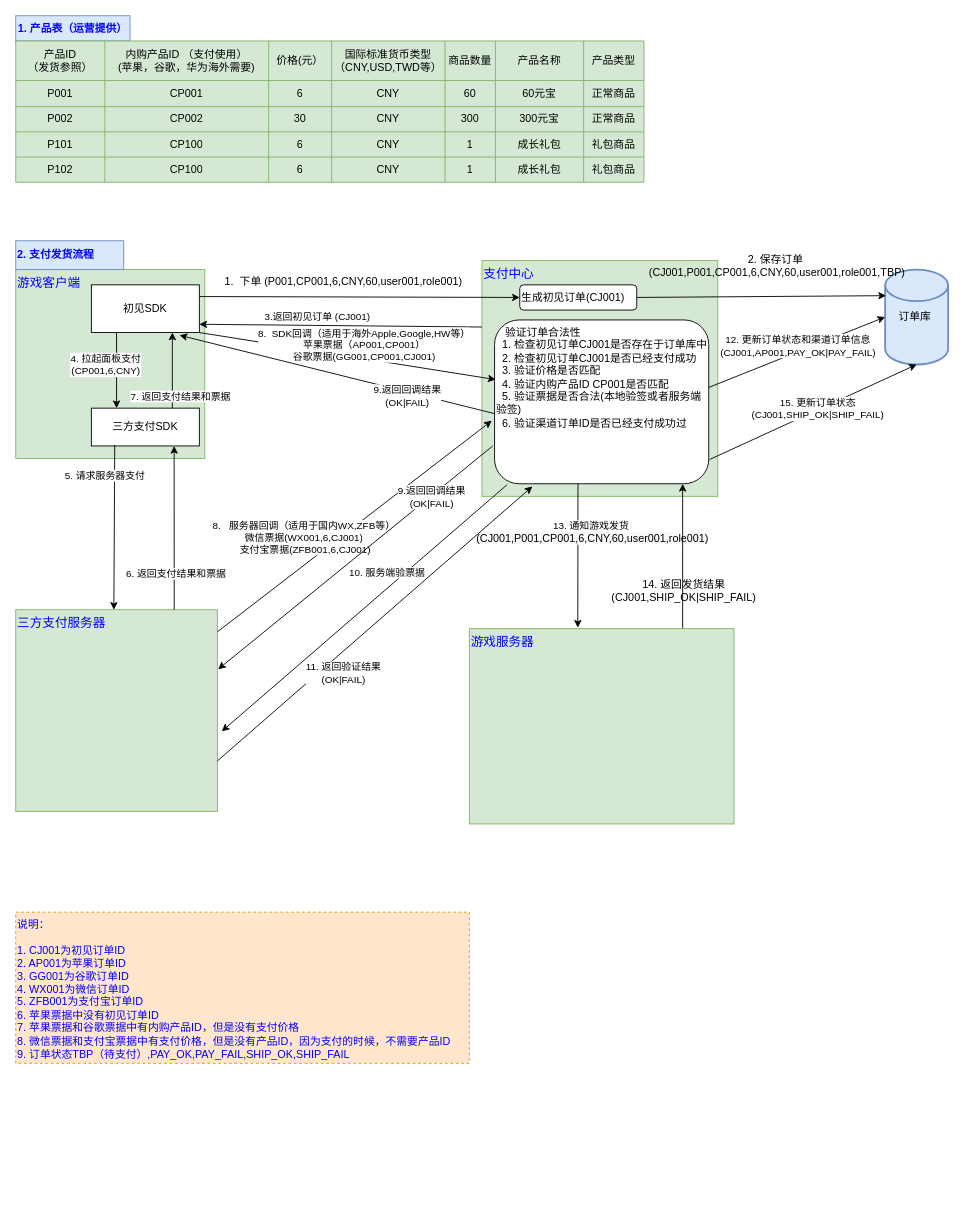
Before: irder.drawio in pangqiren/diagram, a draw.io diagram. Source tidied: cells renumbered, new cells numbered last; positions are measured from the earlier drawing's top-left corner, leaving out a move shared by most shapes. Both pictures are drawn from the tidied source at 90%, with x=0, y=0 at pixel (15, 15).
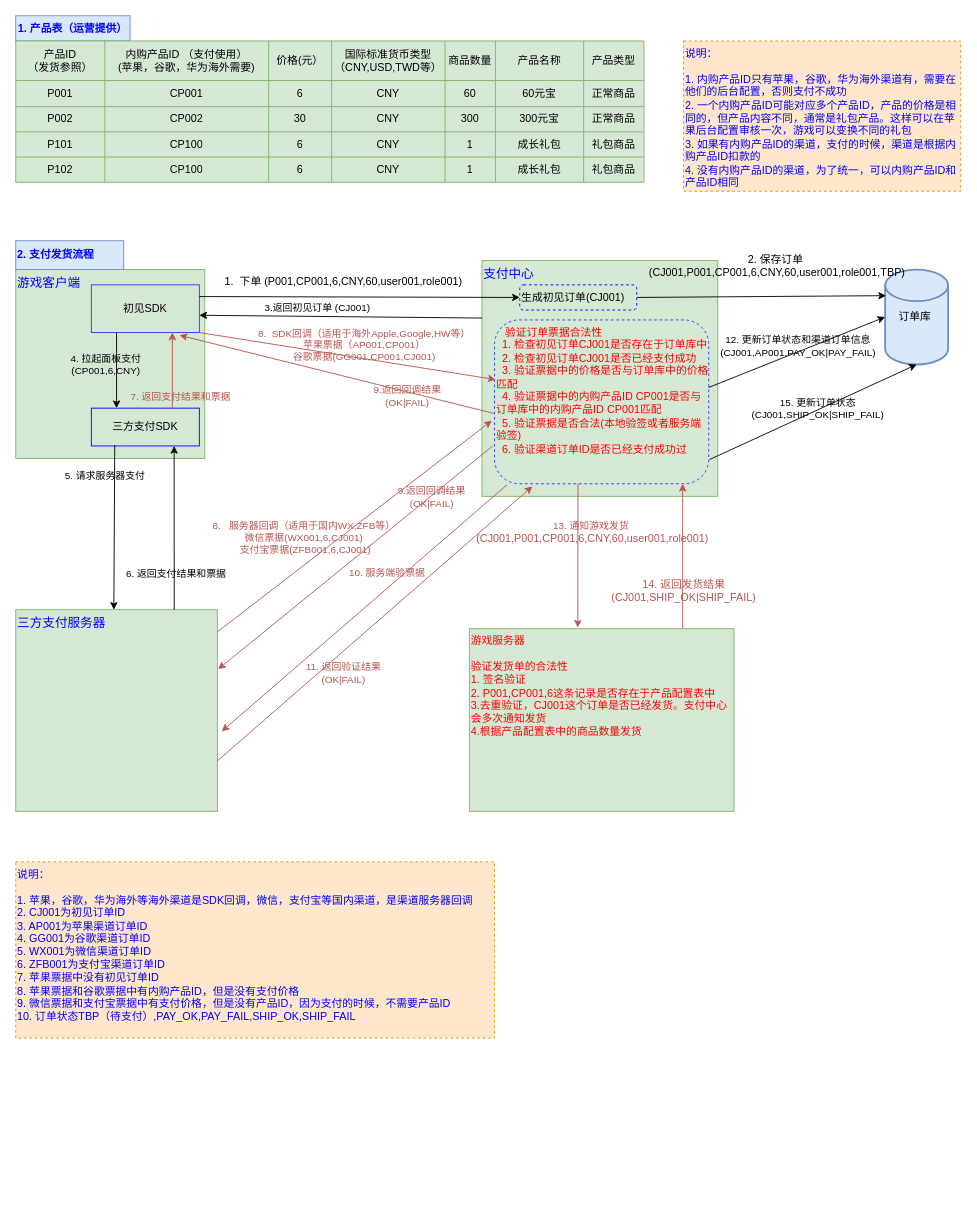
The same page after the edit.

Unchanged cells that the change refers to:
```xml
<mxCell id="6" value="&lt;font style=&quot;font-size: 14px&quot; color=&quot;#0000ff&quot;&gt;支付中心&lt;/font&gt;" style="whiteSpace=wrap;html=1;align=left;verticalAlign=top;fillColor=#d5e8d4;strokeColor=#82b366;" parent="1" vertex="1">
  <mxGeometry x="518" y="272" width="262" height="262" as="geometry" />
</mxCell>
<mxCell id="48" value="&lt;font style=&quot;font-size: 14px&quot; color=&quot;#0000ff&quot;&gt;三方支付服务器&lt;/font&gt;" style="whiteSpace=wrap;html=1;align=left;verticalAlign=top;fillColor=#d5e8d4;strokeColor=#82b366;" parent="1" vertex="1">
  <mxGeometry y="660" width="224" height="224" as="geometry" />
</mxCell>
<mxCell id="56" style="endArrow=classic;html=1;exitX=0.5;exitY=1;exitDx=0;exitDy=0;" parent="1" edge="1">
  <mxGeometry relative="1" as="geometry">
    <mxPoint x="112" y="352" as="sourcePoint" />
    <mxPoint x="112" y="436" as="targetPoint" />
  </mxGeometry>
</mxCell>
<mxCell id="60" style="endArrow=classic;html=1;exitX=0.167;exitY=0.976;exitDx=0;exitDy=0;exitPerimeter=0;" parent="1" edge="1">
  <mxGeometry relative="1" as="geometry">
    <mxPoint x="110" y="477" as="sourcePoint" />
    <mxPoint x="109" y="660" as="targetPoint" />
  </mxGeometry>
</mxCell>
<mxCell id="70" style="endArrow=classic;html=1;entryX=0;entryY=0.5;entryDx=0;entryDy=0;entryPerimeter=0;" parent="1" edge="1" target="49">
  <mxGeometry relative="1" as="geometry">
    <mxPoint x="770" y="413" as="sourcePoint" />
  </mxGeometry>
</mxCell>
<mxCell id="76" style="endArrow=classic;html=1;exitX=1.004;exitY=0.852;exitDx=0;exitDy=0;exitPerimeter=0;entryX=0.5;entryY=1;entryDx=0;entryDy=0;entryPerimeter=0;" parent="1" edge="1" source="69" target="49">
  <mxGeometry relative="1" as="geometry" />
</mxCell>
```

Diff of the diagram source:
```diff
@@
-    <mxCell id="4" value="初见SDK" style="rounded=0;whiteSpace=wrap;html=1;align=center;" parent="1" vertex="1">
+    <mxCell id="4" value="初见SDK" style="rounded=0;whiteSpace=wrap;html=1;align=center;fillColor=#d5e8d4;strokeColor=#3333FF;" parent="1" vertex="1">
       <mxGeometry x="84" y="299" width="120" height="53" as="geometry" />
     </mxCell>
-    <mxCell id="5" value="三方支付SDK" style="rounded=0;whiteSpace=wrap;html=1;align=center;" parent="1" vertex="1">
+    <mxCell id="5" value="三方支付SDK" style="rounded=0;whiteSpace=wrap;html=1;align=center;fillColor=#d5e8d4;strokeColor=#0000FF;" parent="1" vertex="1">
       <mxGeometry x="84" y="436" width="120" height="42" as="geometry" />
     </mxCell>
@@
-    <mxCell id="54" style="endArrow=classic;html=1;entryX=1;entryY=0.75;entryDx=0;entryDy=0;exitX=0;exitY=0.282;exitDx=0;exitDy=0;exitPerimeter=0;" parent="1" edge="1" source="6">
+    <mxCell id="54" style="endArrow=classic;html=1;entryX=1;entryY=0.75;entryDx=0;entryDy=0;exitX=0;exitY=0.282;exitDx=0;exitDy=0;exitPerimeter=0;" parent="1" edge="1">
       <mxGeometry relative="1" as="geometry">
-        <mxPoint x="204" y="342.8" as="targetPoint" />
+        <mxPoint x="518" y="335.9" as="sourcePoint" />
+        <mxPoint x="204" y="332.8" as="targetPoint" />
       </mxGeometry>
     </mxCell>
-    <mxCell id="55" value="3.返回初见订单 (CJ001)" style="edgeLabel;html=1;align=center;verticalAlign=middle;" parent="54" vertex="1">
+    <mxCell id="55" value="3.返回初见订单 (CJ001)" style="edgeLabel;html=1;align=center;verticalAlign=middle;labelBackgroundColor=none;" parent="54" vertex="1">
       <mxGeometry x="0.17" y="-1" relative="1" as="geometry">
         <mxPoint y="-8.9" as="offset" />
       </mxGeometry>
     </mxCell>
@@
-    <mxCell id="57" value="4. 拉起面板支付&lt;br&gt;(CP001,6,CNY)" style="edgeLabel;html=1;align=center;verticalAlign=middle;" parent="56" vertex="1">
+    <mxCell id="57" value="4. 拉起面板支付&lt;br&gt;(CP001,6,CNY)" style="edgeLabel;html=1;align=center;verticalAlign=middle;labelBackgroundColor=none;" parent="56" vertex="1">
       <mxGeometry x="-0.24" y="3" relative="1" as="geometry">
         <mxPoint x="-16" y="3" as="offset" />
       </mxGeometry>
     </mxCell>
-    <mxCell id="58" style="endArrow=classic;html=1;exitX=0.75;exitY=0;exitDx=0;exitDy=0;entryX=0.75;entryY=1;entryDx=0;entryDy=0;" parent="1" edge="1" source="5" target="4">
+    <mxCell id="58" style="endArrow=classic;html=1;exitX=0.75;exitY=0;exitDx=0;exitDy=0;entryX=0.75;entryY=1;entryDx=0;entryDy=0;fontColor=#B85450;strokeColor=#B85450;" parent="1" edge="1" source="5" target="4">
       <mxGeometry relative="1" as="geometry" />
     </mxCell>
-    <mxCell id="59" value="7. 返回支付结果和票据" style="edgeLabel;html=1;align=center;verticalAlign=middle;" parent="58" vertex="1">
+    <mxCell id="59" value="7. 返回支付结果和票据" style="edgeLabel;html=1;align=center;verticalAlign=middle;fontColor=#B85450;labelBackgroundColor=none;" parent="58" vertex="1">
       <mxGeometry x="0.26" relative="1" as="geometry">
         <mxPoint x="8" y="39" as="offset" />
       </mxGeometry>
     </mxCell>
@@
-    <mxCell id="61" value="5. 请求服务器支付" style="edgeLabel;html=1;align=center;verticalAlign=middle;" parent="60" vertex="1">
+    <mxCell id="61" value="5. 请求服务器支付" style="edgeLabel;html=1;align=center;verticalAlign=middle;labelBackgroundColor=none;" parent="60" vertex="1">
       <mxGeometry x="-0.18" y="-3" relative="1" as="geometry">
         <mxPoint x="-7.6" y="-41" as="offset" />
       </mxGeometry>
     </mxCell>
@@
-    <mxCell id="63" value="6. 返回支付结果和票据" style="edgeLabel;html=1;align=center;verticalAlign=middle;" parent="1" vertex="1">
+    <mxCell id="63" value="6. 返回支付结果和票据" style="edgeLabel;html=1;align=center;verticalAlign=middle;labelBackgroundColor=none;" parent="1" vertex="1">
       <mxGeometry x="182" y="548" as="geometry">
         <mxPoint x="-5" y="71" as="offset" />
       </mxGeometry>
     </mxCell>
-    <mxCell id="64" style="endArrow=classic;html=1;exitX=1;exitY=1;exitDx=0;exitDy=0;entryX=0.005;entryY=0.364;entryDx=0;entryDy=0;entryPerimeter=0;" parent="1" edge="1" source="4" target="69">
+    <mxCell id="64" style="endArrow=classic;html=1;exitX=1;exitY=1;exitDx=0;exitDy=0;entryX=0.005;entryY=0.364;entryDx=0;entryDy=0;entryPerimeter=0;fillColor=#f8cecc;strokeColor=#b85450;" parent="1" edge="1" source="4" target="69">
       <mxGeometry relative="1" as="geometry" />
     </mxCell>
-    <mxCell id="65" value="8.&amp;nbsp; SDK回调（适用于海外Apple,Google,HW等）&lt;br&gt;苹果票据（AP001,CP001）&lt;br&gt;谷歌票据(GG001,CP001,CJ001)" style="edgeLabel;html=1;align=center;verticalAlign=middle;" parent="64" vertex="1">
+    <mxCell id="65" value="8.&amp;nbsp; SDK回调（适用于海外Apple,Google,HW等）&lt;br&gt;苹果票据（AP001,CP001）&lt;br&gt;谷歌票据(GG001,CP001,CJ001)" style="edgeLabel;html=1;align=center;verticalAlign=middle;fontColor=#B85450;labelBackgroundColor=none;" parent="64" vertex="1">
       <mxGeometry x="-0.12" y="3" relative="1" as="geometry">
         <mxPoint x="36.4" y="-6.1" as="offset" />
       </mxGeometry>
     </mxCell>
-    <mxCell id="66" value="生成初见订单(CJ001)" style="rounded=1;whiteSpace=wrap;html=1;align=left;" parent="1" vertex="1">
+    <mxCell id="66" value="生成初见订单(CJ001)" style="rounded=1;whiteSpace=wrap;html=1;align=left;fillColor=#d5e8d4;strokeColor=#0000FF;dashed=1;" parent="1" vertex="1">
       <mxGeometry x="560" y="299" width="130" height="28" as="geometry" />
     </mxCell>
-    <mxCell id="67" style="endArrow=classic;html=1;exitX=1;exitY=0.188;exitDx=0;exitDy=0;exitPerimeter=0;entryX=-0.013;entryY=0.615;entryDx=0;entryDy=0;entryPerimeter=0;" parent="1" edge="1" target="69">
+    <mxCell id="67" style="endArrow=classic;html=1;exitX=1;exitY=0.188;exitDx=0;exitDy=0;exitPerimeter=0;entryX=-0.013;entryY=0.615;entryDx=0;entryDy=0;entryPerimeter=0;strokeColor=#B85450;" parent="1" edge="1" target="69">
       <mxGeometry relative="1" as="geometry">
         <mxPoint x="224" y="684.6" as="sourcePoint" />
       </mxGeometry>
     </mxCell>
-    <mxCell id="68" value="8.&amp;nbsp; &amp;nbsp;服务器回调（适用于国内WX,ZFB等）&lt;br&gt;微信票据(WX001,6,CJ001)&lt;br&gt;&amp;nbsp;支付宝票据(ZFB001,6,CJ001)" style="edgeLabel;html=1;align=center;verticalAlign=middle;" parent="1" vertex="1">
+    <mxCell id="68" value="8.&amp;nbsp; &amp;nbsp;服务器回调（适用于国内WX,ZFB等）&lt;br&gt;微信票据(WX001,6,CJ001)&lt;br&gt;&amp;nbsp;支付宝票据(ZFB001,6,CJ001)" style="edgeLabel;html=1;align=center;verticalAlign=middle;fontColor=#B85450;labelBackgroundColor=none;" parent="1" vertex="1">
       <mxGeometry x="308" y="478" as="geometry">
         <mxPoint x="11" y="101" as="offset" />
       </mxGeometry>
     </mxCell>
-    <mxCell id="69" value="&amp;nbsp; &amp;nbsp;验证订单合法性&lt;br&gt;&amp;nbsp; 1. 检查初见订单CJ001是否存在于订单库中&lt;br&gt;&amp;nbsp; 2. 检查初见订单CJ001是否已经支付成功&lt;br&gt;&amp;nbsp; 3. 验证价格是否匹配&lt;br&gt;&amp;nbsp; 4. 验证内购产品ID CP001是否匹配&lt;br&gt;&amp;nbsp; 5. 验证票据是否合法(本地验签或者服务端验签)&lt;br&gt;&amp;nbsp; 6. 验证渠道订单ID是否已经支付成功过" style="rounded=1;whiteSpace=wrap;html=1;align=left;verticalAlign=top;" parent="1" vertex="1">
+    <mxCell id="69" value="&lt;font color=&quot;#ff0000&quot;&gt;&amp;nbsp; &amp;nbsp;验证订单票据合法性&lt;br&gt;&amp;nbsp; 1. 检查初见订单CJ001是否存在于订单库中&lt;br&gt;&amp;nbsp; 2. 检查初见订单CJ001是否已经支付成功&lt;br&gt;&amp;nbsp; 3. 验证票据中的价格是否与订单库中的价格匹配&lt;br&gt;&amp;nbsp; 4. 验证票据中的内购产品ID CP001是否与订单库中的内购产品ID CP001匹配&lt;br&gt;&amp;nbsp; 5. 验证票据是否合法(本地验签或者服务端验签)&lt;br&gt;&amp;nbsp; 6. 验证渠道订单ID是否已经支付成功过&lt;/font&gt;" style="rounded=1;whiteSpace=wrap;html=1;align=left;verticalAlign=top;fillColor=#d5e8d4;strokeColor=#3333FF;dashed=1;" parent="1" vertex="1">
       <mxGeometry x="532" y="338" width="238" height="182" as="geometry" />
     </mxCell>
@@
-    <mxCell id="71" value="12. 更新订单状态和渠道订单信息&lt;br&gt;(CJ001,AP001,PAY_OK|PAY_FAIL)" style="edgeLabel;html=1;align=center;verticalAlign=middle;" parent="70" vertex="1">
+    <mxCell id="71" value="12. 更新订单状态和渠道订单信息&lt;br&gt;(CJ001,AP001,PAY_OK|PAY_FAIL)" style="edgeLabel;html=1;align=center;verticalAlign=middle;labelBackgroundColor=none;" parent="70" vertex="1">
       <mxGeometry x="0.16" y="1" relative="1" as="geometry">
         <mxPoint x="-14.9" y="-0.8" as="offset" />
       </mxGeometry>
     </mxCell>
-    <mxCell id="72" style="endArrow=classic;html=1;entryX=0.278;entryY=-0.004;entryDx=0;entryDy=0;entryPerimeter=0;exitX=0.268;exitY=0.947;exitDx=0;exitDy=0;exitPerimeter=0;" parent="1" edge="1">
+    <mxCell id="72" style="endArrow=classic;html=1;entryX=0.278;entryY=-0.004;entryDx=0;entryDy=0;entryPerimeter=0;exitX=0.268;exitY=0.947;exitDx=0;exitDy=0;exitPerimeter=0;strokeColor=#B85450;" parent="1" edge="1">
       <mxGeometry relative="1" as="geometry">
         <mxPoint x="624.7" y="520" as="sourcePoint" />
         <mxPoint x="624.5" y="679.9" as="targetPoint" />
       </mxGeometry>
     </mxCell>
-    <mxCell id="73" value="13. 通知游戏发货&lt;br&gt;&lt;span style=&quot;font-size: 12px ; background-color: rgb(248 , 249 , 250)&quot;&gt;&amp;nbsp;(CJ001,P001,CP001,6,CNY,60,user001,role001)&lt;/span&gt;" style="edgeLabel;html=1;align=center;verticalAlign=middle;" parent="72" vertex="1">
+    <mxCell id="73" value="13. 通知游戏发货&lt;br&gt;&lt;span style=&quot;font-size: 12px;&quot;&gt;&amp;nbsp;(CJ001,P001,CP001,6,CNY,60,user001,role001)&lt;/span&gt;" style="edgeLabel;html=1;align=center;verticalAlign=middle;fontColor=#B85450;labelBackgroundColor=none;" parent="72" vertex="1">
       <mxGeometry x="0.12" y="1" relative="1" as="geometry">
         <mxPoint x="12.9" y="-36.1" as="offset" />
       </mxGeometry>
     </mxCell>
-    <mxCell id="74" style="endArrow=classic;html=1;entryX=0.771;entryY=0.947;entryDx=0;entryDy=0;entryPerimeter=0;exitX=0.885;exitY=0.028;exitDx=0;exitDy=0;exitPerimeter=0;" parent="1" edge="1">
+    <mxCell id="74" style="endArrow=classic;html=1;entryX=0.771;entryY=0.947;entryDx=0;entryDy=0;entryPerimeter=0;exitX=0.885;exitY=0.028;exitDx=0;exitDy=0;exitPerimeter=0;strokeColor=#B85450;" parent="1" edge="1">
       <mxGeometry relative="1" as="geometry">
         <mxPoint x="741" y="688.1" as="sourcePoint" />
         <mxPoint x="741" y="520.1" as="targetPoint" />
       </mxGeometry>
     </mxCell>
-    <mxCell id="75" value="14. 返回发货结果&lt;br&gt;(CJ001,SHIP_OK|SHIP_FAIL)" style="text;html=1;align=center;verticalAlign=middle;" parent="1" vertex="1">
+    <mxCell id="75" value="14. 返回发货结果&lt;br&gt;(CJ001,SHIP_OK|SHIP_FAIL)" style="text;html=1;align=center;verticalAlign=middle;fontColor=#B85450;" parent="1" vertex="1">
       <mxGeometry x="651" y="618" width="182" height="42" as="geometry" />
     </mxCell>
@@
-    <mxCell id="77" value="15. 更新订单状态&lt;br&gt;(CJ001,SHIP_OK|SHIP_FAIL)" style="edgeLabel;html=1;align=center;verticalAlign=middle;" parent="76" vertex="1">
+    <mxCell id="77" value="15. 更新订单状态&lt;br&gt;(CJ001,SHIP_OK|SHIP_FAIL)" style="edgeLabel;html=1;align=center;verticalAlign=middle;labelBackgroundColor=none;" parent="76" vertex="1">
       <mxGeometry x="-0.13" y="-2" relative="1" as="geometry">
         <mxPoint x="19" y="-12.6" as="offset" />
       </mxGeometry>
     </mxCell>
@@
-    <mxCell id="80" value="&lt;span style=&quot;color: rgb(0 , 0 , 255)&quot;&gt;说明：&lt;/span&gt;&lt;br style=&quot;color: rgb(0 , 0 , 255)&quot;&gt;&lt;br style=&quot;color: rgb(0 , 0 , 255)&quot;&gt;&lt;span style=&quot;color: rgb(0 , 0 , 255)&quot;&gt;1. CJ001为初见订单ID&lt;/span&gt;&lt;br style=&quot;color: rgb(0 , 0 , 255)&quot;&gt;&lt;span style=&quot;color: rgb(0 , 0 , 255)&quot;&gt;2. AP001为苹果订单ID&lt;/span&gt;&lt;br style=&quot;color: rgb(0 , 0 , 255)&quot;&gt;&lt;span style=&quot;color: rgb(0 , 0 , 255)&quot;&gt;3. GG001为谷歌订单ID&lt;/span&gt;&lt;br style=&quot;color: rgb(0 , 0 , 255)&quot;&gt;&lt;span style=&quot;color: rgb(0 , 0 , 255)&quot;&gt;4. WX001为微信订单ID&lt;/span&gt;&lt;br style=&quot;color: rgb(0 , 0 , 255)&quot;&gt;&lt;span style=&quot;color: rgb(0 , 0 , 255)&quot;&gt;5. ZFB001为支付宝订单ID&lt;/span&gt;&lt;br style=&quot;color: rgb(0 , 0 , 255)&quot;&gt;&lt;span style=&quot;color: rgb(0 , 0 , 255)&quot;&gt;6. 苹果票据中没有初见订单ID&lt;/span&gt;&lt;br style=&quot;color: rgb(0 , 0 , 255)&quot;&gt;&lt;span style=&quot;color: rgb(0 , 0 , 255)&quot;&gt;7. 苹果票据和谷歌票据中有内购产品ID，但是没有支付价格&lt;/span&gt;&lt;br style=&quot;color: rgb(0 , 0 , 255)&quot;&gt;&lt;span style=&quot;color: rgb(0 , 0 , 255)&quot;&gt;8. 微信票据和支付宝票据中有支付价格，但是没有产品ID，因为支付的时候，不需要产品ID&lt;/span&gt;&lt;br style=&quot;color: rgb(0 , 0 , 255)&quot;&gt;&lt;span style=&quot;color: rgb(0 , 0 , 255)&quot;&gt;9. 订单状态TBP（待支付）,PAY_OK,PAY_FAIL,SHIP_OK,SHIP_FAIL&lt;/span&gt;" style="rounded=0;whiteSpace=wrap;html=1;shadow=0;glass=0;comic=0;align=left;dashed=1;fillColor=#ffe6cc;strokeColor=#d79b00;verticalAlign=top;" parent="1" vertex="1">
-      <mxGeometry y="996" width="504" height="168" as="geometry" />
+    <mxCell id="80" value="&lt;span style=&quot;color: rgb(0 , 0 , 255)&quot;&gt;说明：&lt;/span&gt;&lt;br style=&quot;color: rgb(0 , 0 , 255)&quot;&gt;&lt;br&gt;&lt;font color=&quot;#0000ff&quot;&gt;1. 苹果，谷歌，华为海外等海外渠道是SDK回调，微信，支付宝等国内渠道，是渠道服务器回调&lt;/font&gt;&lt;br style=&quot;color: rgb(0 , 0 , 255)&quot;&gt;&lt;span style=&quot;color: rgb(0 , 0 , 255)&quot;&gt;2. CJ001为初见订单ID&lt;/span&gt;&lt;br style=&quot;color: rgb(0 , 0 , 255)&quot;&gt;&lt;span style=&quot;color: rgb(0 , 0 , 255)&quot;&gt;3. AP001为苹果渠道订单ID&lt;/span&gt;&lt;br style=&quot;color: rgb(0 , 0 , 255)&quot;&gt;&lt;span style=&quot;color: rgb(0 , 0 , 255)&quot;&gt;4. GG001为谷歌渠道订单ID&lt;/span&gt;&lt;br style=&quot;color: rgb(0 , 0 , 255)&quot;&gt;&lt;span style=&quot;color: rgb(0 , 0 , 255)&quot;&gt;5. WX001为微信渠道订单ID&lt;/span&gt;&lt;br style=&quot;color: rgb(0 , 0 , 255)&quot;&gt;&lt;span style=&quot;color: rgb(0 , 0 , 255)&quot;&gt;6. ZFB001为支付宝渠道订单ID&lt;/span&gt;&lt;br style=&quot;color: rgb(0 , 0 , 255)&quot;&gt;&lt;span style=&quot;color: rgb(0 , 0 , 255)&quot;&gt;7. 苹果票据中没有初见订单ID&lt;/span&gt;&lt;br style=&quot;color: rgb(0 , 0 , 255)&quot;&gt;&lt;span style=&quot;color: rgb(0 , 0 , 255)&quot;&gt;8. 苹果票据和谷歌票据中有内购产品ID，但是没有支付价格&lt;/span&gt;&lt;br style=&quot;color: rgb(0 , 0 , 255)&quot;&gt;&lt;span style=&quot;color: rgb(0 , 0 , 255)&quot;&gt;9. 微信票据和支付宝票据中有支付价格，但是没有产品ID，因为支付的时候，不需要产品ID&lt;/span&gt;&lt;br style=&quot;color: rgb(0 , 0 , 255)&quot;&gt;&lt;span style=&quot;color: rgb(0 , 0 , 255)&quot;&gt;10. 订单状态TBP（待支付）,PAY_OK,PAY_FAIL,SHIP_OK,SHIP_FAIL&lt;/span&gt;" style="rounded=0;whiteSpace=wrap;html=1;shadow=0;glass=0;comic=0;align=left;dashed=1;fillColor=#ffe6cc;strokeColor=#d79b00;verticalAlign=top;" parent="1" vertex="1">
+      <mxGeometry y="940" width="532" height="196" as="geometry" />
     </mxCell>
-    <mxCell id="81" style="endArrow=classic;html=1;entryX=1.022;entryY=0.603;entryDx=0;entryDy=0;entryPerimeter=0;" parent="1" edge="1" target="48">
+    <mxCell id="81" style="endArrow=classic;html=1;entryX=1.022;entryY=0.603;entryDx=0;entryDy=0;entryPerimeter=0;strokeColor=#B85450;" parent="1" edge="1" target="48">
       <mxGeometry relative="1" as="geometry">
         <mxPoint x="546" y="521" as="sourcePoint" />
       </mxGeometry>
     </mxCell>
-    <mxCell id="82" value="10. 服务端验票据&amp;nbsp;" style="edgeLabel;html=1;align=center;verticalAlign=middle;" parent="81" vertex="1">
+    <mxCell id="82" value="10. 服务端验票据&amp;nbsp;" style="edgeLabel;html=1;align=center;verticalAlign=middle;fontColor=#B85450;labelBackgroundColor=none;" parent="81" vertex="1">
       <mxGeometry x="-0.08" y="-2" relative="1" as="geometry">
         <mxPoint x="14.6" y="-27" as="offset" />
       </mxGeometry>
     </mxCell>
-    <mxCell id="83" value="&lt;font style=&quot;font-size: 14px&quot; color=&quot;#0000ff&quot;&gt;游戏服务器&lt;/font&gt;" style="rounded=0;whiteSpace=wrap;html=1;shadow=0;glass=0;comic=0;align=left;fillColor=#d5e8d4;strokeColor=#82b366;verticalAlign=top;" parent="1" vertex="1">
-      <mxGeometry x="504" y="681" width="294" height="217" as="geometry" />
+    <mxCell id="83" value="&lt;font style=&quot;font-size: 12px&quot;&gt;&lt;font color=&quot;#ff0000&quot;&gt;游戏服务器&lt;br&gt;&lt;br&gt;&lt;font style=&quot;font-size: 12px&quot;&gt;验证发货单的合法性&lt;br&gt;1. 签名验证&lt;br&gt;2. P001,CP001,6这条记录是否存在于产品配置表中&lt;br&gt;3.去重验证，CJ001这个订单是否已经发货。支付中心会多次通知发货&lt;br&gt;&lt;/font&gt;4.根据产品配置表中的商品数量发货&lt;/font&gt;&lt;br&gt;&lt;/font&gt;" style="rounded=0;whiteSpace=wrap;html=1;shadow=0;glass=0;comic=0;align=left;fillColor=#d5e8d4;strokeColor=#82b366;verticalAlign=top;" parent="1" vertex="1">
+      <mxGeometry x="504" y="681" width="294" height="203" as="geometry" />
     </mxCell>
-    <mxCell id="84" style="endArrow=classic;html=1;exitX=1;exitY=0.75;exitDx=0;exitDy=0;" parent="1" edge="1" source="48">
+    <mxCell id="84" style="endArrow=classic;html=1;exitX=1;exitY=0.75;exitDx=0;exitDy=0;strokeColor=#B85450;" parent="1" edge="1" source="48">
       <mxGeometry relative="1" as="geometry">
         <mxPoint x="574" y="523" as="targetPoint" />
       </mxGeometry>
     </mxCell>
-    <mxCell id="85" value="11. 返回验证结果&lt;br&gt;(OK|FAIL)" style="edgeLabel;html=1;align=center;verticalAlign=middle;" parent="84" vertex="1">
+    <mxCell id="85" value="11. 返回验证结果&lt;br&gt;(OK|FAIL)" style="edgeLabel;html=1;align=center;verticalAlign=middle;fontColor=#B85450;labelBackgroundColor=none;" parent="84" vertex="1">
       <mxGeometry x="-0.13" y="1" relative="1" as="geometry">
         <mxPoint x="-12.4" y="36.1" as="offset" />
       </mxGeometry>
     </mxCell>
-    <mxCell id="86" style="endArrow=classic;html=1;exitX=0.053;exitY=0.649;exitDx=0;exitDy=0;exitPerimeter=0;entryX=0.817;entryY=1.057;entryDx=0;entryDy=0;entryPerimeter=0;" parent="1" edge="1" source="6" target="4">
+    <mxCell id="86" style="endArrow=classic;html=1;exitX=0.053;exitY=0.649;exitDx=0;exitDy=0;exitPerimeter=0;entryX=0.817;entryY=1.057;entryDx=0;entryDy=0;entryPerimeter=0;fillColor=#f8cecc;strokeColor=#b85450;" parent="1" edge="1" source="6" target="4">
       <mxGeometry relative="1" as="geometry" />
     </mxCell>
-    <mxCell id="87" value="9.返回回调结果&lt;br&gt;(OK|FAIL)" style="edgeLabel;html=1;align=center;verticalAlign=middle;" parent="86" vertex="1">
+    <mxCell id="87" value="9.返回回调结果&lt;br&gt;(OK|FAIL)" style="edgeLabel;html=1;align=center;verticalAlign=middle;fontColor=#B85450;labelBackgroundColor=none;" parent="86" vertex="1">
       <mxGeometry x="-0.26" y="-1" relative="1" as="geometry">
         <mxPoint x="31.9" y="13.3" as="offset" />
       </mxGeometry>
     </mxCell>
-    <mxCell id="88" style="endArrow=classic;html=1;entryX=1.004;entryY=0.295;entryDx=0;entryDy=0;entryPerimeter=0;" parent="1" edge="1" target="48">
+    <mxCell id="88" style="endArrow=classic;html=1;entryX=1.004;entryY=0.295;entryDx=0;entryDy=0;entryPerimeter=0;strokeColor=#B85450;" parent="1" edge="1" target="48">
       <mxGeometry relative="1" as="geometry">
         <mxPoint x="530" y="478" as="sourcePoint" />
       </mxGeometry>
     </mxCell>
-    <mxCell id="89" value="9.返回回调结果&lt;br&gt;(OK|FAIL)" style="edgeLabel;html=1;align=center;verticalAlign=middle;" parent="88" vertex="1">
+    <mxCell id="89" value="9.返回回调结果&lt;br&gt;(OK|FAIL)" style="edgeLabel;html=1;align=center;verticalAlign=middle;fontColor=#B85450;labelBackgroundColor=none;" parent="88" vertex="1">
       <mxGeometry x="-0.2" y="-3" relative="1" as="geometry">
         <mxPoint x="55.7" y="-40.7" as="offset" />
       </mxGeometry>
     </mxCell>
+    <mxCell id="90" value="&lt;span style=&quot;color: rgb(0 , 0 , 255)&quot;&gt;说明：&lt;/span&gt;&lt;br style=&quot;color: rgb(0 , 0 , 255)&quot;&gt;&lt;br style=&quot;color: rgb(0 , 0 , 255)&quot;&gt;&lt;span style=&quot;color: rgb(0 , 0 , 255)&quot;&gt;1. 内购产品ID只有苹果，谷歌，华为海外渠道有，需要在他们的后台配置，否则支付不成功&lt;br&gt;2. 一个内购产品ID可能对应多个产品ID，产品的价格是相同的，但产品内容不同，通常是礼包产品。这样可以在苹果后台配置审核一次，游戏可以变换不同的礼包&lt;br&gt;3. 如果有内购产品ID的渠道，支付的时候，渠道是根据内购产品ID扣款的&lt;br&gt;4. 没有内购产品ID的渠道，为了统一，可以内购产品ID和产品ID相同&lt;br&gt;&lt;/span&gt;" style="rounded=0;whiteSpace=wrap;html=1;shadow=0;glass=0;comic=0;align=left;dashed=1;fillColor=#ffe6cc;strokeColor=#d79b00;verticalAlign=top;" parent="1" vertex="1">
+      <mxGeometry x="742" y="28" width="308" height="167" as="geometry" />
+    </mxCell>
```
